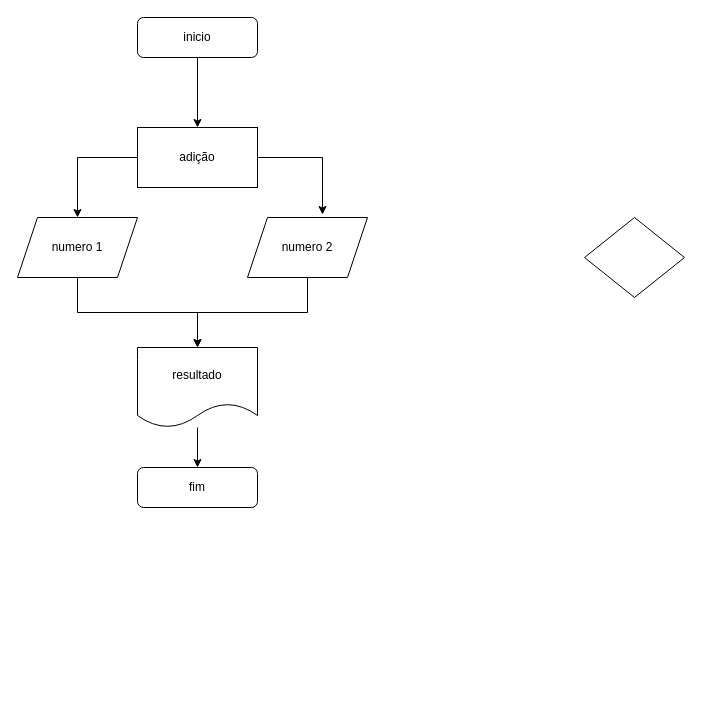
gabrielcordeiro8/mdc118 keeps this draw.io diagram as Untitled Diagram.drawio. Above is the earlier version. Source tidied: cells renumbered, new cells numbered last; positions are measured from the earlier drawing's top-left corner, leaving out a move shared by most shapes. Both pictures are drawn from the tidied source at 100%, with x=0, y=0 at pixel (17, 17).
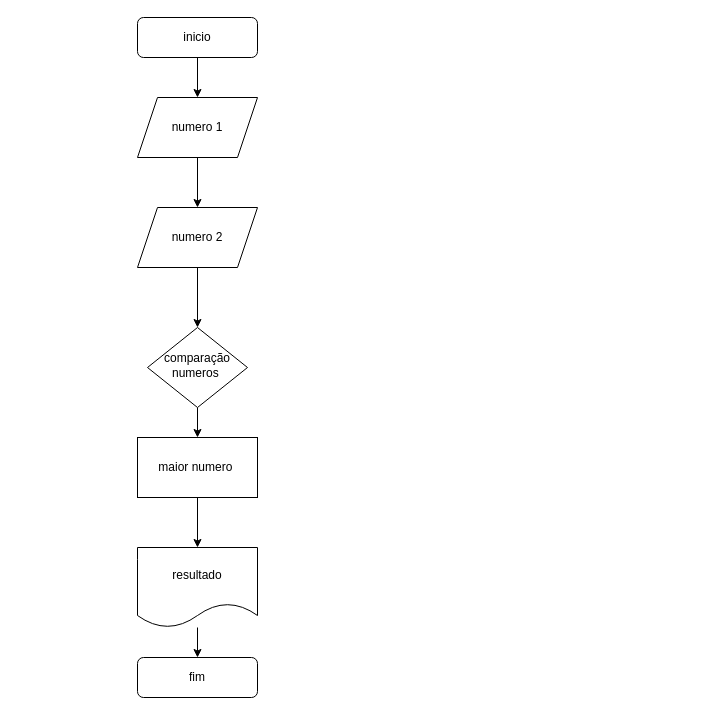
The same page after the edit.

Diff of the diagram source:
```diff
@@
 <mxGraphModel>
   <root>
     <mxCell id="0" />
     <mxCell id="1" parent="0" />
-    <mxCell id="2" style="edgeStyle=orthogonalEdgeStyle;rounded=0;jettySize=auto;html=1;exitX=0.5;exitY=1;exitDx=0;exitDy=0;entryX=0.5;entryY=0;entryDx=0;entryDy=0;" parent="1" edge="1" source="3" target="12">
-      <mxGeometry relative="1" as="geometry" />
-    </mxCell>
+    <mxCell id="15" style="edgeStyle=orthogonalEdgeStyle;rounded=0;jettySize=auto;html=1;" parent="1" edge="1" source="3" target="9">
+      <mxGeometry relative="1" as="geometry" />
+    </mxCell>
     <mxCell id="3" value="inicio" style="rounded=1;whiteSpace=wrap;html=1;fontSize=12;glass=0;strokeWidth=1;shadow=0;" parent="1" vertex="1">
       <mxGeometry x="120" width="120" height="40" as="geometry" />
     </mxCell>
     <mxCell id="4" value="fim" style="rounded=1;whiteSpace=wrap;html=1;fontSize=12;glass=0;strokeWidth=1;shadow=0;" parent="1" vertex="1">
-      <mxGeometry x="120" y="450" width="120" height="40" as="geometry" />
+      <mxGeometry x="120" y="640" width="120" height="40" as="geometry" />
     </mxCell>
+    <mxCell id="16" style="edgeStyle=orthogonalEdgeStyle;rounded=0;jettySize=auto;html=1;" parent="1" edge="1" source="5" target="12">
+      <mxGeometry relative="1" as="geometry" />
+    </mxCell>
-    <mxCell id="5" style="rhombus;whiteSpace=wrap;html=1;shadow=0;fontFamily=Helvetica;fontSize=12;align=center;strokeWidth=1;spacing=6;spacingTop=-4;" parent="1" vertex="1">
-      <mxGeometry x="567" y="200" width="100" height="80" as="geometry" />
+    <mxCell id="5" value="comparação numeros&amp;nbsp;" style="rhombus;whiteSpace=wrap;html=1;shadow=0;fontFamily=Helvetica;fontSize=12;align=center;strokeWidth=1;spacing=6;spacingTop=-4;" parent="1" vertex="1">
+      <mxGeometry x="130" y="310" width="100" height="80" as="geometry" />
     </mxCell>
-    <mxCell id="6" style="edgeStyle=orthogonalEdgeStyle;rounded=0;jettySize=auto;html=1;entryX=0.5;entryY=0;entryDx=0;entryDy=0;" parent="1" edge="1" source="7" target="4">
+    <mxCell id="6" style="edgeStyle=orthogonalEdgeStyle;rounded=0;jettySize=auto;html=1;" parent="1" edge="1" source="7" target="4">
       <mxGeometry relative="1" as="geometry" />
     </mxCell>
     <mxCell id="7" value="resultado" style="shape=document;whiteSpace=wrap;html=1;boundedLbl=1;" parent="1" vertex="1">
-      <mxGeometry x="120" y="330" width="120" height="80" as="geometry" />
+      <mxGeometry x="120" y="530" width="120" height="80" as="geometry" />
     </mxCell>
-    <mxCell id="8" style="edgeStyle=orthogonalEdgeStyle;rounded=0;jettySize=auto;html=1;" parent="1" edge="1" source="9" target="7">
-      <mxGeometry relative="1" as="geometry" />
-    </mxCell>
+    <mxCell id="17" style="edgeStyle=orthogonalEdgeStyle;rounded=0;jettySize=auto;html=1;" parent="1" edge="1" source="9" target="14">
+      <mxGeometry relative="1" as="geometry" />
+    </mxCell>
     <mxCell id="9" value="numero 1" style="shape=parallelogram;perimeter=parallelogramPerimeter;whiteSpace=wrap;html=1;fixedSize=1;" parent="1" vertex="1">
-      <mxGeometry y="200" width="120" height="60" as="geometry" />
+      <mxGeometry x="120" y="80" width="120" height="60" as="geometry" />
     </mxCell>
-    <mxCell id="10" style="edgeStyle=orthogonalEdgeStyle;rounded=0;jettySize=auto;html=1;exitX=1;exitY=0.5;exitDx=0;exitDy=0;entryX=0.625;entryY=-0.05;entryDx=0;entryDy=0;entryPerimeter=0;" parent="1" edge="1" source="12" target="14">
-      <mxGeometry relative="1" as="geometry" />
-    </mxCell>
-    <mxCell id="11" style="edgeStyle=orthogonalEdgeStyle;rounded=0;jettySize=auto;html=1;exitX=0;exitY=0.5;exitDx=0;exitDy=0;entryX=0.5;entryY=0;entryDx=0;entryDy=0;" parent="1" edge="1" source="12" target="9">
-      <mxGeometry relative="1" as="geometry" />
-    </mxCell>
+    <mxCell id="18" style="edgeStyle=orthogonalEdgeStyle;rounded=0;jettySize=auto;html=1;" parent="1" edge="1" source="12" target="7">
+      <mxGeometry relative="1" as="geometry" />
+    </mxCell>
-    <mxCell id="12" value="adição" style="rounded=0;whiteSpace=wrap;html=1;" parent="1" vertex="1">
-      <mxGeometry x="120" y="110" width="120" height="60" as="geometry" />
+    <mxCell id="12" value="maior numero&amp;nbsp;" style="rounded=0;whiteSpace=wrap;html=1;" parent="1" vertex="1">
+      <mxGeometry x="120" y="420" width="120" height="60" as="geometry" />
     </mxCell>
-    <mxCell id="13" style="edgeStyle=orthogonalEdgeStyle;rounded=0;jettySize=auto;html=1;exitX=0.5;exitY=1;exitDx=0;exitDy=0;entryX=0.5;entryY=0;entryDx=0;entryDy=0;" parent="1" edge="1" source="14" target="7">
-      <mxGeometry relative="1" as="geometry" />
-    </mxCell>
+    <mxCell id="19" style="edgeStyle=orthogonalEdgeStyle;rounded=0;jettySize=auto;html=1;" parent="1" edge="1" source="14" target="5">
+      <mxGeometry relative="1" as="geometry" />
+    </mxCell>
     <mxCell id="14" value="numero 2" style="shape=parallelogram;perimeter=parallelogramPerimeter;whiteSpace=wrap;html=1;fixedSize=1;" parent="1" vertex="1">
-      <mxGeometry x="230" y="200" width="120" height="60" as="geometry" />
+      <mxGeometry x="120" y="190" width="120" height="60" as="geometry" />
     </mxCell>
   </root>
 </mxGraphModel>
```
